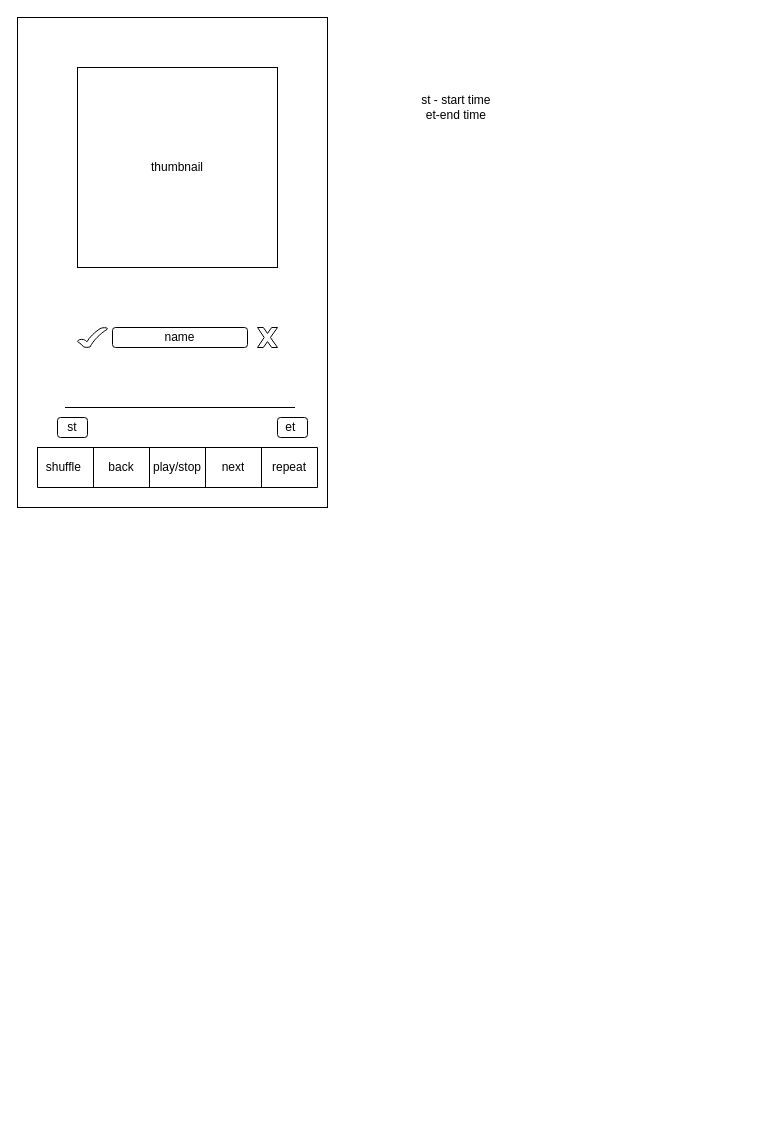
vikrambaraiya9622/UdacityMusicPlayer keeps this draw.io diagram as initialdesign.drawio. Above is the earlier version. Source tidied: cells renumbered, new cells numbered last; positions are measured from the earlier drawing's top-left corner, leaving out a move shared by most shapes. Both pictures are drawn from the tidied source at 100%, with x=0, y=0 at pixel (17, 17).
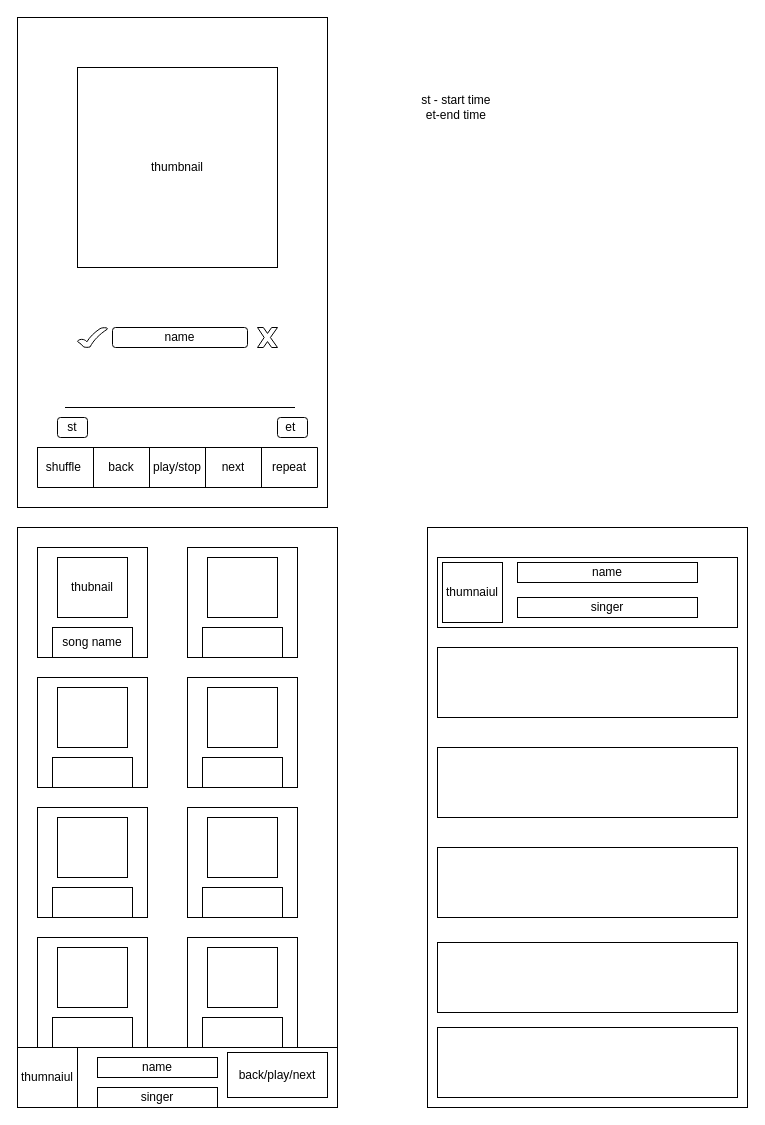
The same page after the edit.

What changed in the source:
```diff
@@
+    <mxCell id="18" style="rounded=0;whiteSpace=wrap;html=1;" parent="1" vertex="1">
+      <mxGeometry y="510" width="320" height="580" as="geometry" />
+    </mxCell>
+    <mxCell id="19" style="whiteSpace=wrap;html=1;" parent="1" vertex="1">
+      <mxGeometry x="20" y="530" width="110" height="110" as="geometry" />
+    </mxCell>
+    <mxCell id="20" style="whiteSpace=wrap;html=1;" parent="1" vertex="1">
+      <mxGeometry x="170" y="530" width="110" height="110" as="geometry" />
+    </mxCell>
+    <mxCell id="21" style="whiteSpace=wrap;html=1;" parent="1" vertex="1">
+      <mxGeometry x="170" y="660" width="110" height="110" as="geometry" />
+    </mxCell>
+    <mxCell id="22" style="whiteSpace=wrap;html=1;" parent="1" vertex="1">
+      <mxGeometry x="20" y="920" width="110" height="110" as="geometry" />
+    </mxCell>
+    <mxCell id="23" style="whiteSpace=wrap;html=1;" parent="1" vertex="1">
+      <mxGeometry x="20" y="790" width="110" height="110" as="geometry" />
+    </mxCell>
+    <mxCell id="24" style="whiteSpace=wrap;html=1;" parent="1" vertex="1">
+      <mxGeometry x="20" y="660" width="110" height="110" as="geometry" />
+    </mxCell>
+    <mxCell id="25" style="whiteSpace=wrap;html=1;" parent="1" vertex="1">
+      <mxGeometry x="170" y="790" width="110" height="110" as="geometry" />
+    </mxCell>
+    <mxCell id="26" style="whiteSpace=wrap;html=1;" parent="1" vertex="1">
+      <mxGeometry x="170" y="920" width="110" height="110" as="geometry" />
+    </mxCell>
+    <mxCell id="27" style="rounded=0;whiteSpace=wrap;html=1;" parent="1" vertex="1">
+      <mxGeometry y="1030" width="320" height="60" as="geometry" />
+    </mxCell>
+    <mxCell id="28" value="thubnail" style="rounded=0;whiteSpace=wrap;html=1;" parent="1" vertex="1">
+      <mxGeometry x="40" y="540" width="70" height="60" as="geometry" />
+    </mxCell>
+    <mxCell id="29" style="rounded=0;whiteSpace=wrap;html=1;" parent="1" vertex="1">
+      <mxGeometry x="190" y="670" width="70" height="60" as="geometry" />
+    </mxCell>
+    <mxCell id="30" style="rounded=0;whiteSpace=wrap;html=1;" parent="1" vertex="1">
+      <mxGeometry x="40" y="670" width="70" height="60" as="geometry" />
+    </mxCell>
+    <mxCell id="31" style="rounded=0;whiteSpace=wrap;html=1;" parent="1" vertex="1">
+      <mxGeometry x="190" y="800" width="70" height="60" as="geometry" />
+    </mxCell>
+    <mxCell id="32" style="rounded=0;whiteSpace=wrap;html=1;" parent="1" vertex="1">
+      <mxGeometry x="40" y="800" width="70" height="60" as="geometry" />
+    </mxCell>
+    <mxCell id="33" style="rounded=0;whiteSpace=wrap;html=1;" parent="1" vertex="1">
+      <mxGeometry x="190" y="930" width="70" height="60" as="geometry" />
+    </mxCell>
+    <mxCell id="34" style="rounded=0;whiteSpace=wrap;html=1;" parent="1" vertex="1">
+      <mxGeometry x="40" y="930" width="70" height="60" as="geometry" />
+    </mxCell>
+    <mxCell id="35" style="rounded=0;whiteSpace=wrap;html=1;" parent="1" vertex="1">
+      <mxGeometry x="190" y="540" width="70" height="60" as="geometry" />
+    </mxCell>
+    <mxCell id="36" value="song name" style="rounded=0;whiteSpace=wrap;html=1;" parent="1" vertex="1">
+      <mxGeometry x="35" y="610" width="80" height="30" as="geometry" />
+    </mxCell>
+    <mxCell id="37" style="rounded=0;whiteSpace=wrap;html=1;" parent="1" vertex="1">
+      <mxGeometry x="185" y="740" width="80" height="30" as="geometry" />
+    </mxCell>
+    <mxCell id="38" style="rounded=0;whiteSpace=wrap;html=1;" parent="1" vertex="1">
+      <mxGeometry x="185" y="870" width="80" height="30" as="geometry" />
+    </mxCell>
+    <mxCell id="39" style="rounded=0;whiteSpace=wrap;html=1;" parent="1" vertex="1">
+      <mxGeometry x="35" y="1000" width="80" height="30" as="geometry" />
+    </mxCell>
+    <mxCell id="40" style="rounded=0;whiteSpace=wrap;html=1;" parent="1" vertex="1">
+      <mxGeometry x="35" y="870" width="80" height="30" as="geometry" />
+    </mxCell>
+    <mxCell id="41" style="rounded=0;whiteSpace=wrap;html=1;" parent="1" vertex="1">
+      <mxGeometry x="35" y="740" width="80" height="30" as="geometry" />
+    </mxCell>
+    <mxCell id="42" style="rounded=0;whiteSpace=wrap;html=1;" parent="1" vertex="1">
+      <mxGeometry x="185" y="1000" width="80" height="30" as="geometry" />
+    </mxCell>
+    <mxCell id="43" style="rounded=0;whiteSpace=wrap;html=1;" parent="1" vertex="1">
+      <mxGeometry x="185" y="610" width="80" height="30" as="geometry" />
+    </mxCell>
+    <mxCell id="44" value="thumnaiul" style="whiteSpace=wrap;html=1;" parent="1" vertex="1">
+      <mxGeometry y="1030" width="60" height="60" as="geometry" />
+    </mxCell>
+    <mxCell id="45" value="name" style="rounded=0;whiteSpace=wrap;html=1;" parent="1" vertex="1">
+      <mxGeometry x="80" y="1040" width="120" height="20" as="geometry" />
+    </mxCell>
+    <mxCell id="46" value="singer" style="rounded=0;whiteSpace=wrap;html=1;" parent="1" vertex="1">
+      <mxGeometry x="80" y="1070" width="120" height="20" as="geometry" />
+    </mxCell>
+    <mxCell id="47" value="back/play/next" style="rounded=0;whiteSpace=wrap;html=1;" parent="1" vertex="1">
+      <mxGeometry x="210" y="1035" width="100" height="45" as="geometry" />
+    </mxCell>
+    <mxCell id="48" style="rounded=0;whiteSpace=wrap;html=1;" parent="1" vertex="1">
+      <mxGeometry x="410" y="510" width="320" height="580" as="geometry" />
+    </mxCell>
+    <mxCell id="49" style="rounded=0;whiteSpace=wrap;html=1;" parent="1" vertex="1">
+      <mxGeometry x="420" y="540" width="300" height="70" as="geometry" />
+    </mxCell>
+    <mxCell id="50" value="thumnaiul" style="whiteSpace=wrap;html=1;" parent="1" vertex="1">
+      <mxGeometry x="425" y="545" width="60" height="60" as="geometry" />
+    </mxCell>
+    <mxCell id="51" style="rounded=0;whiteSpace=wrap;html=1;" parent="1" vertex="1">
+      <mxGeometry x="420" y="730" width="300" height="70" as="geometry" />
+    </mxCell>
+    <mxCell id="52" style="rounded=0;whiteSpace=wrap;html=1;" parent="1" vertex="1">
+      <mxGeometry x="420" y="830" width="300" height="70" as="geometry" />
+    </mxCell>
+    <mxCell id="53" style="rounded=0;whiteSpace=wrap;html=1;" parent="1" vertex="1">
+      <mxGeometry x="420" y="925" width="300" height="70" as="geometry" />
+    </mxCell>
+    <mxCell id="54" style="rounded=0;whiteSpace=wrap;html=1;" parent="1" vertex="1">
+      <mxGeometry x="420" y="1010" width="300" height="70" as="geometry" />
+    </mxCell>
+    <mxCell id="55" style="rounded=0;whiteSpace=wrap;html=1;" parent="1" vertex="1">
+      <mxGeometry x="420" y="630" width="300" height="70" as="geometry" />
+    </mxCell>
+    <mxCell id="56" value="name" style="rounded=0;whiteSpace=wrap;html=1;" parent="1" vertex="1">
+      <mxGeometry x="500" y="545" width="180" height="20" as="geometry" />
+    </mxCell>
+    <mxCell id="57" value="singer" style="rounded=0;whiteSpace=wrap;html=1;" parent="1" vertex="1">
+      <mxGeometry x="500" y="580" width="180" height="20" as="geometry" />
+    </mxCell>
```
